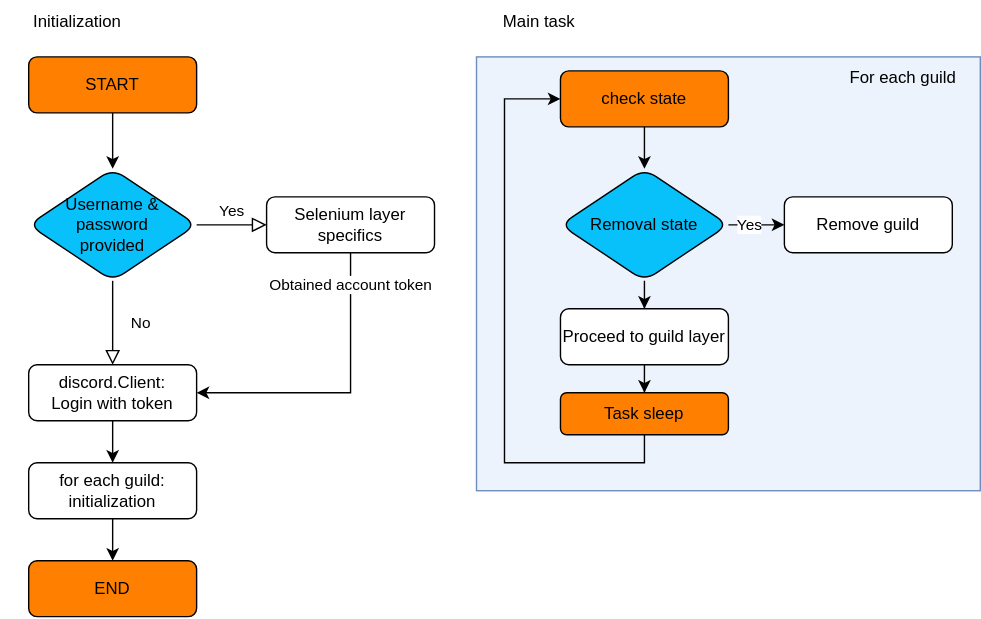
Above: docs/thesis/images/daf-account-layer-flowchart.svg in davidhozic/discord-advertisement-framework (draw.io), before the change. Source tidied: cells renumbered, new cells last; positions are measured from the earlier drawing's top-left corner, leaving out a move shared by most shapes.
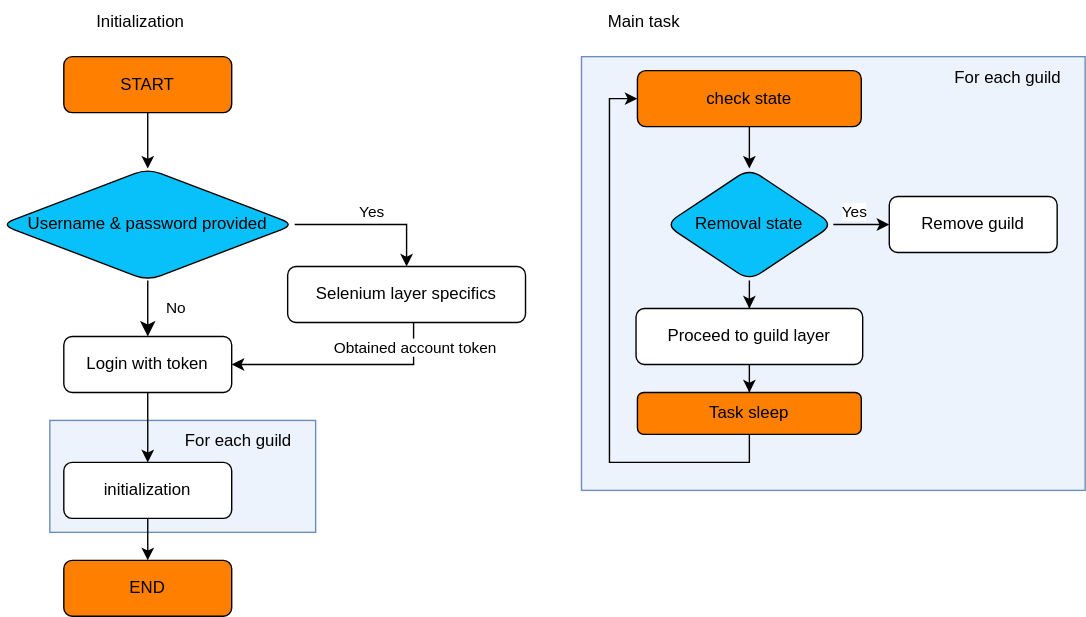
Above is the later version.

What changed in the source:
```diff
@@ -2,22 +2,22 @@
   <root>
     <mxCell id="0" />
     <mxCell id="1" parent="0" />
+    <mxCell id="32" style="rounded=0;whiteSpace=wrap;html=1;fillOpacity=50;align=left;fillColor=#dae8fc;strokeColor=#6c8ebf;" parent="1" vertex="1">
+      <mxGeometry x="-10" y="300" width="190" height="80" as="geometry" />
+    </mxCell>
     <mxCell id="2" style="edgeStyle=orthogonalEdgeStyle;rounded=0;jettySize=auto;html=1;exitX=0.5;exitY=1;exitDx=0;exitDy=0;entryX=0.5;entryY=0;entryDx=0;entryDy=0;" parent="1" edge="1" source="3" target="14">
       <mxGeometry relative="1" as="geometry" />
     </mxCell>
     <mxCell id="3" value="START" style="rounded=1;whiteSpace=wrap;html=1;fontSize=12;glass=0;strokeWidth=1;shadow=0;fillColor=#FF8000;" parent="1" vertex="1">
-      <mxGeometry x="20" y="40" width="120" height="40" as="geometry" />
+      <mxGeometry y="40" width="120" height="40" as="geometry" />
     </mxCell>
-    <mxCell id="4" value="No" style="rounded=0;html=1;jettySize=auto;fontSize=11;endArrow=block;endFill=0;endSize=8;strokeWidth=1;shadow=0;labelBackgroundColor=none;edgeStyle=orthogonalEdgeStyle;entryX=0.5;entryY=0;entryDx=0;entryDy=0;exitX=0.5;exitY=1;exitDx=0;exitDy=0;" parent="1" edge="1" source="14" target="10">
+    <mxCell id="4" value="No" style="rounded=0;html=1;jettySize=auto;fontSize=11;endArrow=classic;endFill=1;endSize=8;strokeWidth=1;shadow=0;labelBackgroundColor=none;edgeStyle=orthogonalEdgeStyle;entryX=0.5;entryY=0;entryDx=0;entryDy=0;exitX=0.5;exitY=1;exitDx=0;exitDy=0;" parent="1" edge="1" source="14" target="10">
       <mxGeometry y="20" relative="1" as="geometry" />
     </mxCell>
-    <mxCell id="5" value="Yes" style="edgeStyle=orthogonalEdgeStyle;rounded=0;html=1;jettySize=auto;fontSize=11;endArrow=block;endFill=0;endSize=8;strokeWidth=1;shadow=0;labelBackgroundColor=none;exitX=1;exitY=0.5;exitDx=0;exitDy=0;" parent="1" edge="1" source="14" target="8">
-      <mxGeometry y="10" relative="1" as="geometry" />
-    </mxCell>
     <mxCell id="6" style="edgeStyle=orthogonalEdgeStyle;rounded=0;jettySize=auto;html=1;entryX=1;entryY=0.5;entryDx=0;entryDy=0;" parent="1" edge="1" source="8" target="10">
       <mxGeometry relative="1" as="geometry">
         <Array as="points">
-          <mxPoint x="250" y="280" />
+          <mxPoint x="250" y="260" />
         </Array>
       </mxGeometry>
     </mxCell>
@@ -27,87 +27,102 @@
       </mxGeometry>
     </mxCell>
     <mxCell id="8" value="Selenium layer specifics" style="rounded=1;whiteSpace=wrap;html=1;fontSize=12;glass=0;strokeWidth=1;shadow=0;" parent="1" vertex="1">
-      <mxGeometry x="190" y="140" width="120" height="40" as="geometry" />
+      <mxGeometry x="160" y="190" width="170" height="40" as="geometry" />
     </mxCell>
     <mxCell id="9" style="edgeStyle=orthogonalEdgeStyle;rounded=0;jettySize=auto;html=1;" parent="1" edge="1" source="10" target="12">
       <mxGeometry relative="1" as="geometry" />
     </mxCell>
-    <mxCell id="10" value="discord.Client:&lt;br&gt;Login with token" style="rounded=1;whiteSpace=wrap;html=1;fontSize=12;glass=0;strokeWidth=1;shadow=0;" parent="1" vertex="1">
-      <mxGeometry x="20" y="260" width="120" height="40" as="geometry" />
+    <mxCell id="10" value="Login with token" style="rounded=1;whiteSpace=wrap;html=1;fontSize=12;glass=0;strokeWidth=1;shadow=0;" parent="1" vertex="1">
+      <mxGeometry y="240" width="120" height="40" as="geometry" />
     </mxCell>
-    <mxCell id="11" style="edgeStyle=orthogonalEdgeStyle;rounded=0;jettySize=auto;html=1;" parent="1" edge="1" source="12">
-      <mxGeometry relative="1" as="geometry">
-        <mxPoint x="80" y="400" as="targetPoint" />
-      </mxGeometry>
+    <mxCell id="11" style="edgeStyle=orthogonalEdgeStyle;rounded=0;jettySize=auto;html=1;entryX=0.5;entryY=0;entryDx=0;entryDy=0;" parent="1" edge="1" source="12" target="29">
+      <mxGeometry relative="1" as="geometry" />
     </mxCell>
-    <mxCell id="12" value="for each guild:&lt;br&gt;initialization" style="whiteSpace=wrap;html=1;rounded=1;glass=0;strokeWidth=1;shadow=0;" parent="1" vertex="1">
-      <mxGeometry x="20" y="330" width="120" height="40" as="geometry" />
+    <mxCell id="12" value="initialization" style="whiteSpace=wrap;html=1;rounded=1;glass=0;strokeWidth=1;shadow=0;" parent="1" vertex="1">
+      <mxGeometry y="330" width="120" height="40" as="geometry" />
     </mxCell>
     <mxCell id="13" style="edgeStyle=orthogonalEdgeStyle;rounded=0;orthogonalLoop=1;jettySize=auto;html=1;exitX=0.5;exitY=1;exitDx=0;exitDy=0;" parent="1" edge="1">
       <mxGeometry relative="1" as="geometry">
-        <mxPoint x="390" y="130" as="sourcePoint" />
-        <mxPoint x="390" y="130" as="targetPoint" />
+        <mxPoint x="420" y="130" as="sourcePoint" />
+        <mxPoint x="420" y="130" as="targetPoint" />
       </mxGeometry>
     </mxCell>
+    <mxCell id="33" style="edgeStyle=orthogonalEdgeStyle;rounded=0;jettySize=auto;html=1;entryX=0.5;entryY=0;entryDx=0;entryDy=0;" parent="1" edge="1" source="14" target="8">
+      <mxGeometry relative="1" as="geometry">
+        <Array as="points">
+          <mxPoint x="245" y="160" />
+        </Array>
+      </mxGeometry>
+    </mxCell>
+    <mxCell id="5" value="Yes" style="edgeLabel;html=1;align=center;verticalAlign=middle;" parent="33" vertex="1">
+      <mxGeometry x="-0.02" y="-3" relative="1" as="geometry">
+        <mxPoint y="-13" as="offset" />
+      </mxGeometry>
+    </mxCell>
-    <mxCell id="14" value="&lt;font style=&quot;font-size: 12px;&quot;&gt;Username &amp;amp; password&lt;br&gt;provided&lt;/font&gt;" style="rhombus;whiteSpace=wrap;html=1;rounded=1;glass=0;strokeWidth=1;shadow=0;fillColor=#08C1FA;" parent="1" vertex="1">
-      <mxGeometry x="20" y="120" width="120" height="80" as="geometry" />
+    <mxCell id="14" value="&lt;font style=&quot;font-size: 12px;&quot;&gt;Username &amp;amp; password provided&lt;/font&gt;" style="rhombus;whiteSpace=wrap;html=1;rounded=1;glass=0;strokeWidth=1;shadow=0;fillColor=#08C1FA;" parent="1" vertex="1">
+      <mxGeometry x="-45" y="120" width="210" height="80" as="geometry" />
     </mxCell>
     <mxCell id="15" style="rounded=0;whiteSpace=wrap;html=1;fillOpacity=50;align=left;fillColor=#dae8fc;strokeColor=#6c8ebf;" parent="1" vertex="1">
-      <mxGeometry x="340" y="40" width="360" height="310" as="geometry" />
+      <mxGeometry x="370" y="40" width="360" height="310" as="geometry" />
     </mxCell>
     <mxCell id="16" style="edgeStyle=orthogonalEdgeStyle;rounded=0;jettySize=auto;html=1;" parent="1" edge="1" source="17" target="21">
       <mxGeometry relative="1" as="geometry" />
     </mxCell>
     <mxCell id="17" value="check state" style="whiteSpace=wrap;html=1;rounded=1;glass=0;strokeWidth=1;shadow=0;fillColor=#FF8000;" parent="1" vertex="1">
-      <mxGeometry x="400" y="50" width="120" height="40" as="geometry" />
+      <mxGeometry x="410" y="50" width="160" height="40" as="geometry" />
     </mxCell>
     <mxCell id="18" style="edgeStyle=orthogonalEdgeStyle;rounded=0;jettySize=auto;html=1;" parent="1" edge="1" source="21" target="22">
       <mxGeometry relative="1" as="geometry" />
     </mxCell>
     <mxCell id="19" value="Yes" style="edgeLabel;html=1;align=center;verticalAlign=middle;" parent="18" vertex="1">
-      <mxGeometry x="-0.31" relative="1" as="geometry" />
+      <mxGeometry x="-0.31" relative="1" as="geometry">
+        <mxPoint y="-10" as="offset" />
+      </mxGeometry>
     </mxCell>
     <mxCell id="20" style="edgeStyle=orthogonalEdgeStyle;rounded=0;jettySize=auto;html=1;" parent="1" edge="1" source="21" target="24">
       <mxGeometry relative="1" as="geometry" />
     </mxCell>
     <mxCell id="21" value="Removal state" style="rhombus;whiteSpace=wrap;html=1;rounded=1;glass=0;strokeWidth=1;shadow=0;fillColor=#08C1FA;" parent="1" vertex="1">
-      <mxGeometry x="400" y="120" width="120" height="80" as="geometry" />
+      <mxGeometry x="430" y="120" width="120" height="80" as="geometry" />
     </mxCell>
     <mxCell id="22" value="Remove guild" style="whiteSpace=wrap;html=1;rounded=1;glass=0;strokeWidth=1;shadow=0;" parent="1" vertex="1">
-      <mxGeometry x="560" y="140" width="120" height="40" as="geometry" />
+      <mxGeometry x="590" y="140" width="120" height="40" as="geometry" />
     </mxCell>
     <mxCell id="23" style="edgeStyle=orthogonalEdgeStyle;rounded=0;jettySize=auto;html=1;" parent="1" edge="1" source="24" target="26">
       <mxGeometry relative="1" as="geometry" />
     </mxCell>
     <mxCell id="24" value="Proceed to guild layer" style="whiteSpace=wrap;html=1;rounded=1;glass=0;strokeWidth=1;shadow=0;" parent="1" vertex="1">
-      <mxGeometry x="400" y="220" width="120" height="40" as="geometry" />
+      <mxGeometry x="409" y="220" width="162" height="40" as="geometry" />
     </mxCell>
     <mxCell id="25" style="edgeStyle=orthogonalEdgeStyle;rounded=0;jettySize=auto;html=1;entryX=0;entryY=0.5;entryDx=0;entryDy=0;" parent="1" edge="1" source="26" target="17">
       <mxGeometry relative="1" as="geometry">
         <Array as="points">
-          <mxPoint x="460" y="330" />
-          <mxPoint x="360" y="330" />
-          <mxPoint x="360" y="70" />
+          <mxPoint x="490" y="330" />
+          <mxPoint x="390" y="330" />
+          <mxPoint x="390" y="70" />
         </Array>
       </mxGeometry>
     </mxCell>
     <mxCell id="26" value="Task sleep" style="whiteSpace=wrap;html=1;rounded=1;glass=0;strokeWidth=1;shadow=0;fillColor=#FF8000;" parent="1" vertex="1">
-      <mxGeometry x="400" y="280" width="120" height="30" as="geometry" />
+      <mxGeometry x="410" y="280" width="160" height="30" as="geometry" />
     </mxCell>
     <mxCell id="27" style="edgeStyle=orthogonalEdgeStyle;rounded=0;orthogonalLoop=1;jettySize=auto;html=1;exitX=0.5;exitY=1;exitDx=0;exitDy=0;" parent="1" edge="1" source="22" target="22">
       <mxGeometry relative="1" as="geometry" />
     </mxCell>
     <mxCell id="28" value="For each guild" style="text;html=1;strokeColor=none;fillColor=none;align=center;verticalAlign=middle;whiteSpace=wrap;rounded=0;" parent="1" vertex="1">
-      <mxGeometry x="590" y="40" width="110" height="30" as="geometry" />
+      <mxGeometry x="620" y="40" width="110" height="30" as="geometry" />
     </mxCell>
     <mxCell id="29" value="END" style="whiteSpace=wrap;html=1;rounded=1;glass=0;strokeWidth=1;shadow=0;fillColor=#FF8000;" parent="1" vertex="1">
-      <mxGeometry x="20" y="400" width="120" height="40" as="geometry" />
+      <mxGeometry y="400" width="120" height="40" as="geometry" />
     </mxCell>
     <mxCell id="30" value="Initialization" style="text;html=1;strokeColor=none;fillColor=none;align=center;verticalAlign=middle;whiteSpace=wrap;rounded=0;" parent="1" vertex="1">
       <mxGeometry width="110" height="30" as="geometry" />
     </mxCell>
     <mxCell id="31" value="Main task" style="text;html=1;strokeColor=none;fillColor=none;align=center;verticalAlign=middle;whiteSpace=wrap;rounded=0;" parent="1" vertex="1">
-      <mxGeometry x="330" width="110" height="30" as="geometry" />
+      <mxGeometry x="360" width="110" height="30" as="geometry" />
     </mxCell>
+    <mxCell id="34" value="For each guild" style="text;html=1;strokeColor=none;fillColor=none;align=center;verticalAlign=middle;whiteSpace=wrap;rounded=0;" parent="1" vertex="1">
+      <mxGeometry x="70" y="300" width="110" height="30" as="geometry" />
+    </mxCell>
   </root>
 </mxGraphModel>
```
